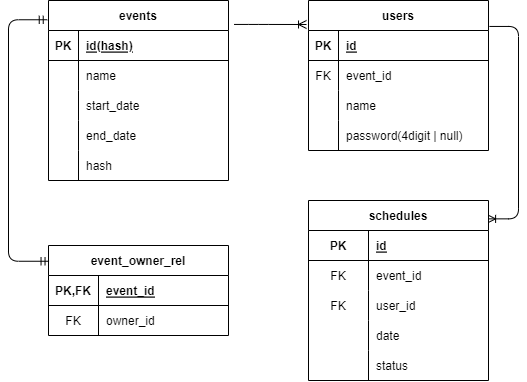
kuu13580/schedule-checker keeps this draw.io diagram as DB_ER_diagram.drawio.png. Above is the earlier version. Source tidied: cells renumbered, new cells last; positions are measured from the earlier drawing's top-left corner, leaving out a move shared by most shapes.
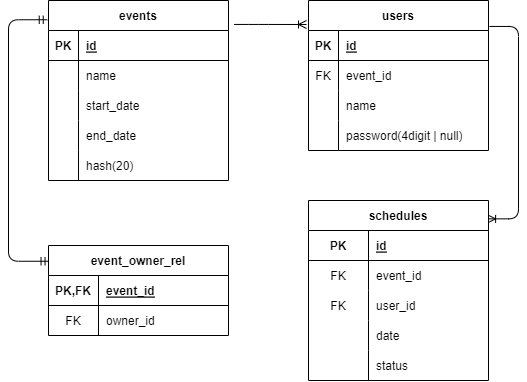
Above is the later version.

Diff of the diagram source:
```diff
@@ -11,7 +11,7 @@
     <mxCell id="4" value="PK" style="shape=partialRectangle;fillColor=none;top=0;left=0;bottom=0;right=0;fontStyle=1;overflow=hidden;" parent="3" vertex="1">
       <mxGeometry width="30" height="30" as="geometry" />
     </mxCell>
-    <mxCell id="5" value="id(hash)" style="shape=partialRectangle;fillColor=none;top=0;left=0;bottom=0;right=0;align=left;spacingLeft=6;fontStyle=5;overflow=hidden;" parent="3" vertex="1">
+    <mxCell id="5" value="id" style="shape=partialRectangle;fillColor=none;top=0;left=0;bottom=0;right=0;align=left;spacingLeft=6;fontStyle=5;overflow=hidden;" parent="3" vertex="1">
       <mxGeometry x="30" width="150" height="30" as="geometry" />
     </mxCell>
     <mxCell id="6" style="shape=tableRow;horizontal=0;startSize=0;swimlaneHead=0;swimlaneBody=0;fillColor=none;top=0;left=0;right=0;bottom=0;" parent="2" vertex="1">
@@ -47,7 +47,7 @@
     <mxCell id="16" style="shape=partialRectangle;fillColor=none;top=0;left=0;bottom=0;right=0;overflow=hidden;" parent="15" vertex="1">
       <mxGeometry width="30" height="30" as="geometry" />
     </mxCell>
-    <mxCell id="17" value="hash" style="shape=partialRectangle;fillColor=none;top=0;left=0;bottom=0;right=0;align=left;spacingLeft=6;overflow=hidden;" parent="15" vertex="1">
+    <mxCell id="17" value="hash(20)" style="shape=partialRectangle;fillColor=none;top=0;left=0;bottom=0;right=0;align=left;spacingLeft=6;overflow=hidden;" parent="15" vertex="1">
       <mxGeometry x="30" width="150" height="30" as="geometry" />
     </mxCell>
     <mxCell id="18" style="edgeStyle=elbowEdgeStyle;fontSize=12;html=1;endArrow=ERoneToMany;exitX=1.031;exitY=0.133;exitDx=0;exitDy=0;entryX=-0.011;entryY=0.16;entryDx=0;entryDy=0;exitPerimeter=0;entryPerimeter=0;" parent="1" edge="1" source="2" target="19">
```
